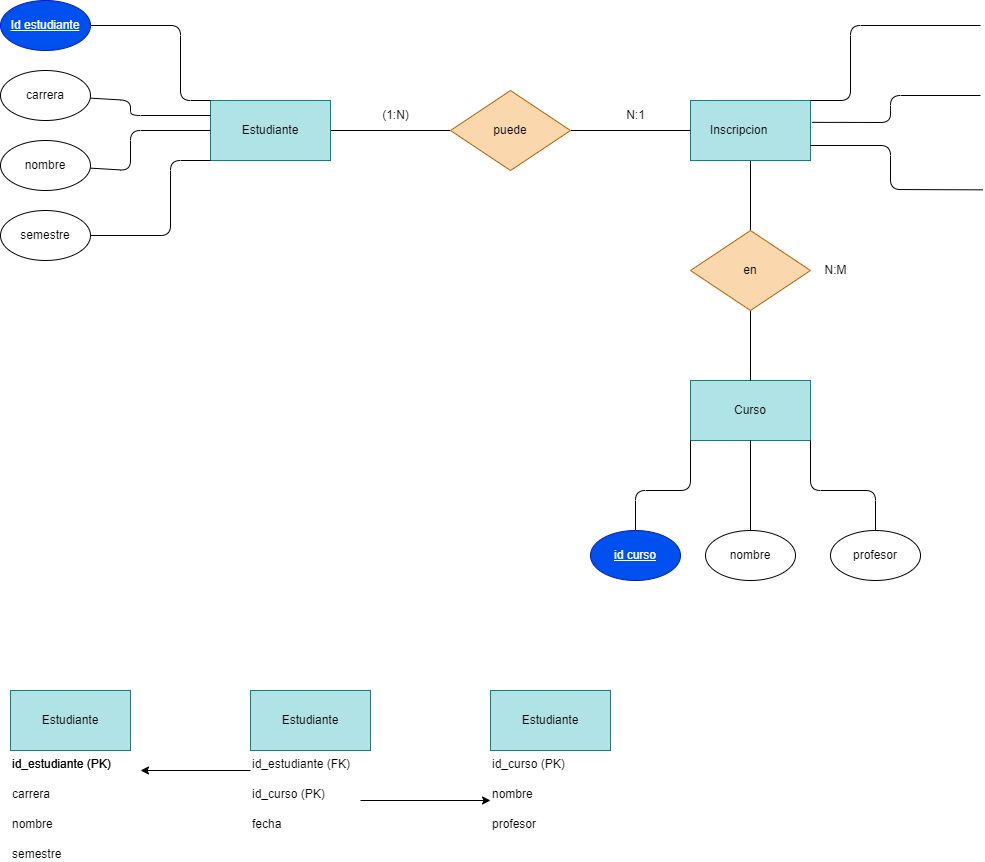
Earlier version of the draw.io export Tareas/Unidad2/ejercicio2.5.drawio.png (WhiteCascade/BAE). Source tidied: cells renumbered, new cells last; positions are measured from the earlier drawing's top-left corner, leaving out a move shared by most shapes.
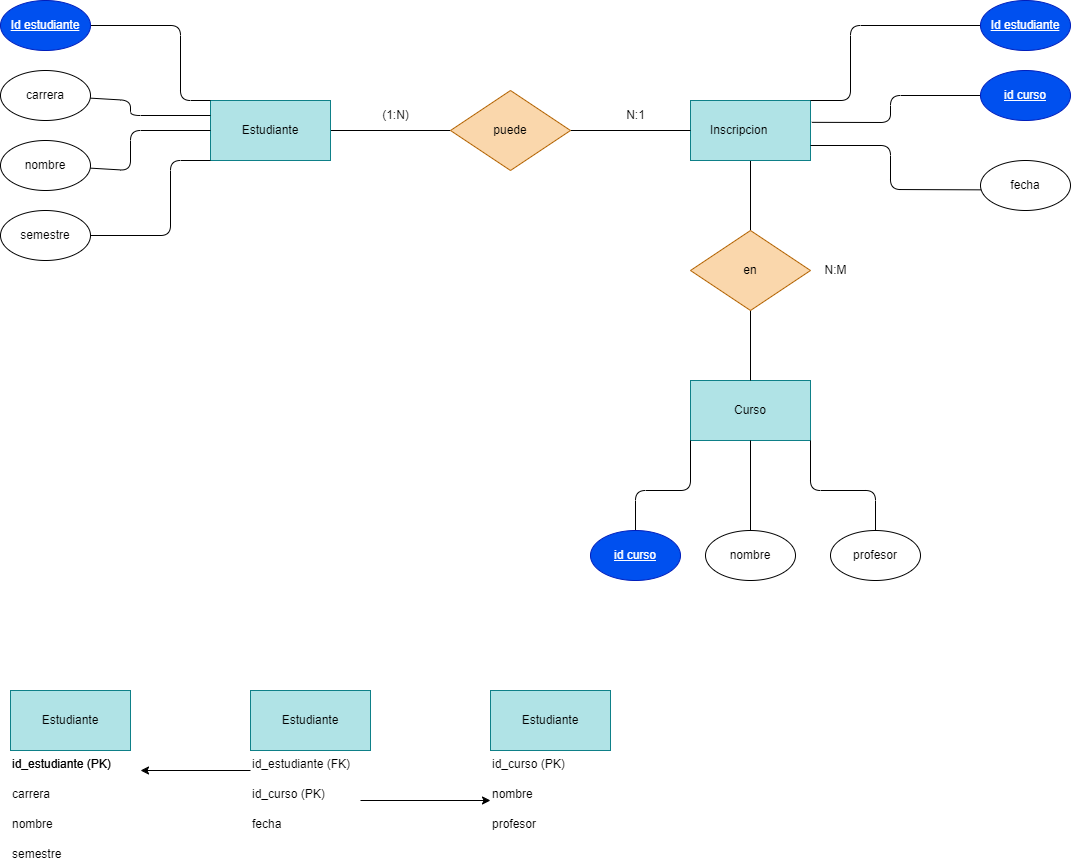
After the change.

What changed in the source:
```diff
@@ -185,5 +185,14 @@
     <mxCell id="46" value="N:M" style="text;html=1;align=center;verticalAlign=middle;strokeColor=none;fillColor=none;" parent="1" vertex="1">
       <mxGeometry x="810" y="255" width="50" height="30" as="geometry" />
     </mxCell>
+    <mxCell id="47" value="&lt;u&gt;Id estudiante&lt;/u&gt;" style="ellipse;whiteSpace=wrap;html=1;fillColor=#0050ef;fontColor=#ffffff;strokeColor=#001DBC;" parent="1" vertex="1">
+      <mxGeometry x="980" width="90" height="50" as="geometry" />
+    </mxCell>
+    <mxCell id="48" value="&lt;u&gt;id curso&lt;/u&gt;" style="ellipse;whiteSpace=wrap;html=1;fillColor=#0050ef;fontColor=#ffffff;strokeColor=#001DBC;" parent="1" vertex="1">
+      <mxGeometry x="980" y="70" width="90" height="50" as="geometry" />
+    </mxCell>
+    <mxCell id="49" value="fecha" style="ellipse;whiteSpace=wrap;html=1;" parent="1" vertex="1">
+      <mxGeometry x="980" y="160" width="90" height="50" as="geometry" />
+    </mxCell>
   </root>
 </mxGraphModel>
```
